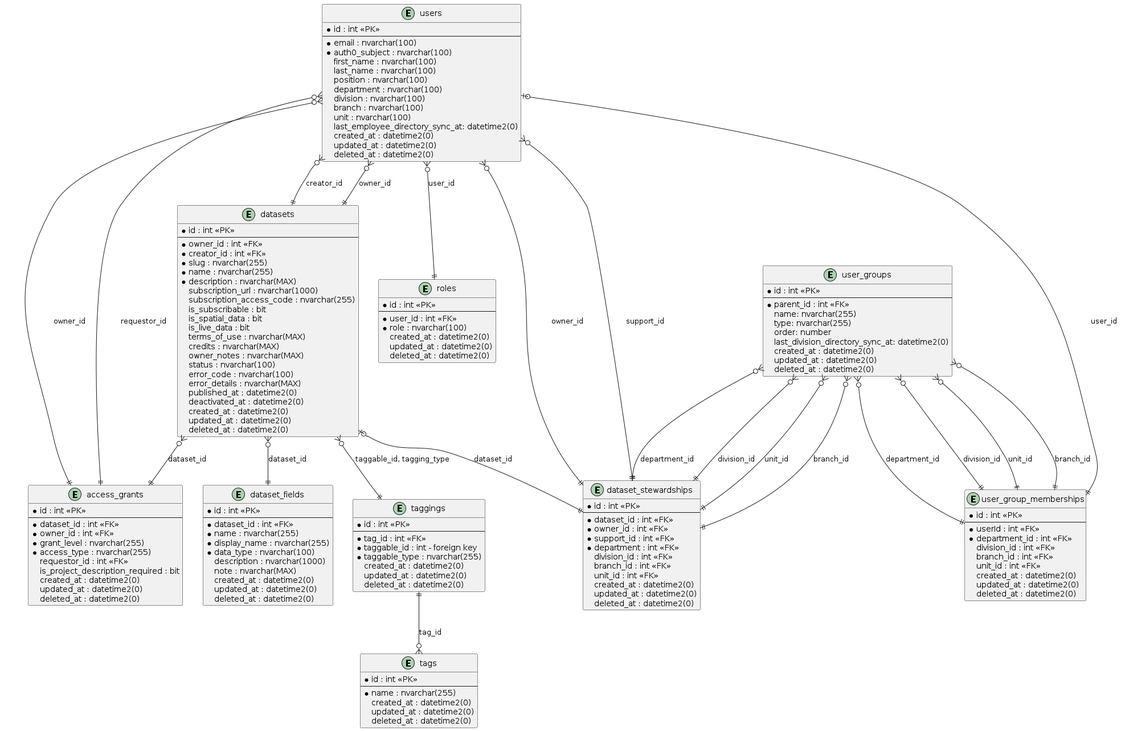
The PlantUML diagram _Design/Entity Relationship Diagrams.png in ytgov/internal-data-portal, before a commit.
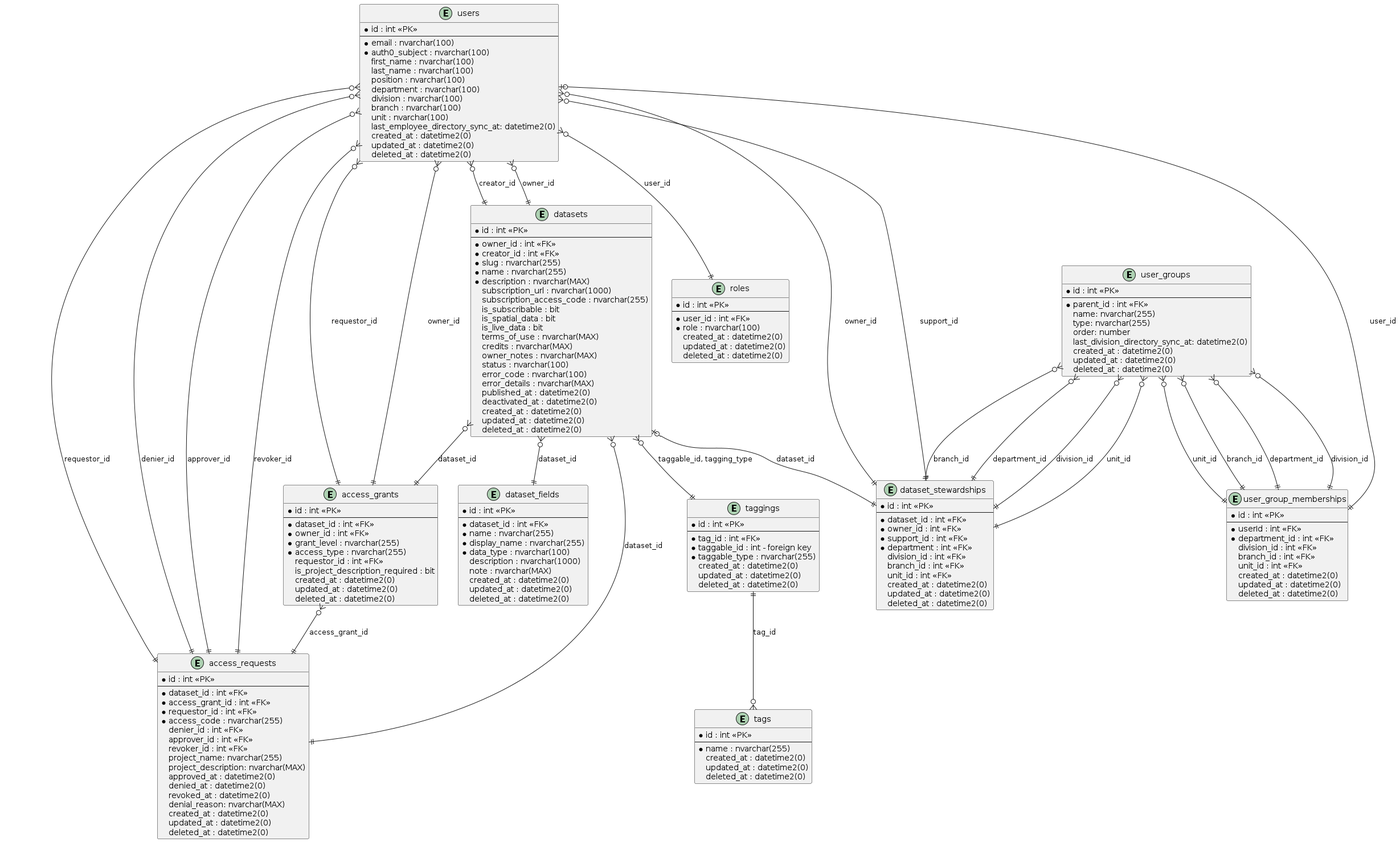
The same diagram one commit later.

Commit message:
:tophat: Add access requests to entity relationship modeling.

The edit, as a diff of the source:
```diff
@@ -8,6 +8,27 @@
   * access_type : nvarchar(255)
   requestor_id : int <<FK>>
   is_project_description_required : bit
+  created_at : datetime2(0)
+  updated_at : datetime2(0)
+  deleted_at : datetime2(0)
+}
+
+entity "access_requests" {
+  * id : int <<PK>>
+  --
+  * dataset_id : int <<FK>>
+  * access_grant_id : int <<FK>>
+  * requestor_id : int <<FK>>
+  * access_code : nvarchar(255)
+  denier_id : int <<FK>>
+  approver_id : int <<FK>>
+  revoker_id : int <<FK>>
+  project_name: nvarchar(255)
+  project_description: nvarchar(MAX)
+  approved_at : datetime2(0)
+  denied_at : datetime2(0)
+  revoked_at : datetime2(0)
+  denial_reason: nvarchar(MAX)
   created_at : datetime2(0)
   updated_at : datetime2(0)
   deleted_at : datetime2(0)
@@ -142,10 +163,12 @@
   deleted_at : datetime2(0)
 }
 
+access_grants }o--|| access_requests : access_grant_id
 datasets }o--|| access_grants : dataset_id
 datasets }o--|| dataset_fields : dataset_id
 datasets }o--|| taggings : taggable_id, tagging_type
 datasets |o--|| dataset_stewardships : dataset_id
+datasets }o--|| access_requests : dataset_id
 taggings ||--o{ tags : tag_id
 user_groups }o--|| dataset_stewardships : branch_id
 user_groups }o--|| dataset_stewardships : department_id
@@ -157,6 +180,10 @@
 user_groups }o--|| user_group_memberships : unit_id
 users }o--|| access_grants : owner_id
 users }o--|| access_grants : requestor_id
+users }o--|| access_requests : requestor_id
+users }o--|| access_requests : denier_id
+users }o--|| access_requests : approver_id
+users }o--|| access_requests : revoker_id
 users }o--|| dataset_stewardships : owner_id
 users }o--|| dataset_stewardships : support_id
 users }o--|| datasets : creator_id
```
